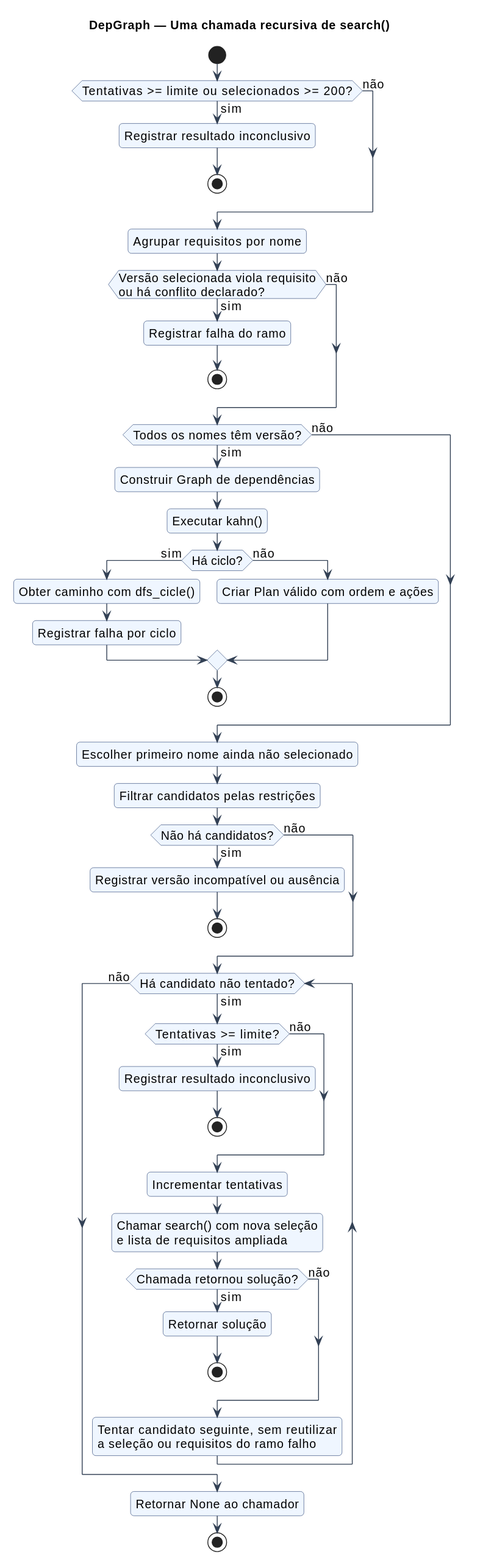
Before: docs/modelagem/imagens/08-atividade-resolucao.svg, a diagram exported from PlantUML (caiokfuri/gestaoDependencias).
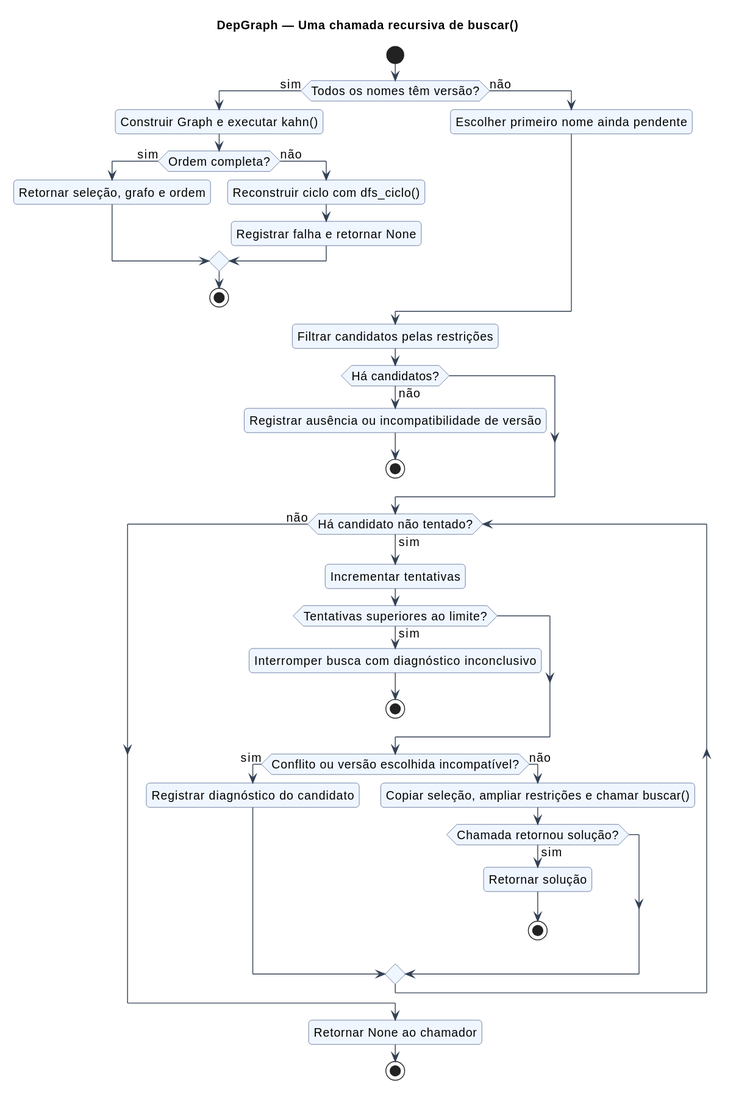
After the commit.

Diff of the diagram source:
```diff
@@ -1,51 +1,39 @@
 @startuml
 !include estilo.puml
-title DepGraph — Uma chamada recursiva de search()
+title DepGraph — Uma chamada recursiva de buscar()
 start
-if (Tentativas >= limite ou selecionados >= 200?) then (sim)
- :Registrar resultado inconclusivo;
- stop
-else (não)
-endif
-:Agrupar requisitos por nome;
-if (Versão selecionada viola requisito\nou há conflito declarado?) then (sim)
- :Registrar falha do ramo;
- stop
-else (não)
-endif
 if (Todos os nomes têm versão?) then (sim)
- :Construir Graph de dependências;
- :Executar kahn();
- if (Há ciclo?) then (sim)
-  :Obter caminho com dfs_cicle();
-  :Registrar falha por ciclo;
+ :Construir Graph e executar kahn();
+ if (Ordem completa?) then (sim)
+  :Retornar seleção, grafo e ordem;
  else (não)
-  :Criar Plan válido com ordem e ações;
+  :Reconstruir ciclo com dfs_ciclo();
+  :Registrar falha e retornar None;
  endif
  stop
 else (não)
+ :Escolher primeiro nome ainda pendente;
 endif
-:Escolher primeiro nome ainda não selecionado;
 :Filtrar candidatos pelas restrições;
-if (Não há candidatos?) then (sim)
- :Registrar versão incompatível ou ausência;
+if (Há candidatos?) then (não)
+ :Registrar ausência ou incompatibilidade de versão;
  stop
-else (não)
 endif
 while (Há candidato não tentado?) is (sim)
- if (Tentativas >= limite?) then (sim)
-  :Registrar resultado inconclusivo;
+ :Incrementar tentativas;
+ if (Tentativas superiores ao limite?) then (sim)
+  :Interromper busca com diagnóstico inconclusivo;
   stop
-else (não)
  endif
- :Incrementar tentativas;
- :Chamar search() com nova seleção\ne lista de requisitos ampliada;
- if (Chamada retornou solução?) then (sim)
-  :Retornar solução;
-  stop
-else (não)
+ if (Conflito ou versão escolhida incompatível?) then (sim)
+  :Registrar diagnóstico do candidato;
+ else (não)
+  :Copiar seleção, ampliar restrições e chamar buscar();
+  if (Chamada retornou solução?) then (sim)
+   :Retornar solução;
+   stop
+  endif
  endif
- :Tentar candidato seguinte, sem reutilizar\na seleção ou requisitos do ramo falho;
 endwhile (não)
 :Retornar None ao chamador;
 stop
```
